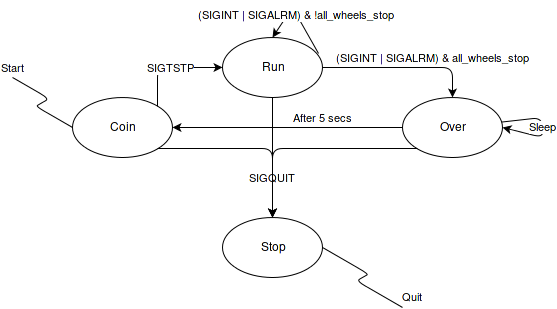
The draw.io diagram report/img/machinestate.png in claudiosousa/jackpot, before a commit. Source tidied: cells renumbered, new cells last; positions are measured from the earlier drawing's top-left corner, leaving out a move shared by most shapes.
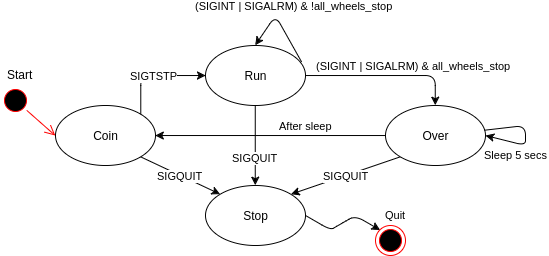
The same diagram one commit later.

What changed in the source:
```diff
@@ -5,12 +5,6 @@
     <mxCell id="2" value="Coin" style="ellipse;whiteSpace=wrap;html=1;" parent="1" vertex="1">
       <mxGeometry x="60" y="90" width="100" height="60" as="geometry" />
     </mxCell>
-    <mxCell id="3" value="Start" style="edgeStyle=isometricEdgeStyle;endArrow=none;html=1;entryX=0;entryY=0.5;elbow=vertical;" parent="1" edge="1" target="2">
-      <mxGeometry y="-46" relative="1" as="geometry">
-        <mxPoint y="70" as="sourcePoint" />
-        <mxPoint x="-7" y="5" as="offset" />
-      </mxGeometry>
-    </mxCell>
     <mxCell id="4" value="Run" style="ellipse;whiteSpace=wrap;html=1;" parent="1" vertex="1">
       <mxGeometry x="210" y="30" width="100" height="60" as="geometry" />
     </mxCell>
@@ -18,17 +12,11 @@
       <mxGeometry x="390" y="90" width="100" height="60" as="geometry" />
     </mxCell>
     <mxCell id="6" value="Stop" style="ellipse;whiteSpace=wrap;html=1;" parent="1" vertex="1">
-      <mxGeometry x="210" y="210" width="100" height="60" as="geometry" />
+      <mxGeometry x="210" y="170" width="100" height="60" as="geometry" />
     </mxCell>
-    <mxCell id="7" style="endArrow=classic;html=1;entryX=0.5;entryY=0;exitX=1;exitY=1;edgeStyle=orthogonalEdgeStyle;" parent="1" edge="1" source="2" target="6">
-      <mxGeometry relative="1" as="geometry" />
-    </mxCell>
     <mxCell id="8" value="SIGQUIT" style="endArrow=classic;html=1;exitX=0.5;exitY=1;entryX=0.5;entryY=0;" parent="1" edge="1" source="4" target="6">
       <mxGeometry x="0.33" relative="1" as="geometry" />
     </mxCell>
-    <mxCell id="9" style="endArrow=classic;html=1;exitX=0;exitY=1;entryX=0.5;entryY=0;edgeStyle=orthogonalEdgeStyle;" parent="1" edge="1" source="5" target="6">
-      <mxGeometry relative="1" as="geometry" />
-    </mxCell>
     <mxCell id="10" value="SIGTSTP" style="endArrow=classic;html=1;exitX=1;exitY=0;entryX=0;entryY=0.5;edgeStyle=orthogonalEdgeStyle;" parent="1" edge="1" source="2" target="4">
       <mxGeometry relative="1" as="geometry">
         <Array as="points">
@@ -44,23 +32,22 @@
       </mxGeometry>
     </mxCell>
     <mxCell id="12" value="(SIGINT | SIGALRM) &amp;amp; !all_wheels_stop &lt;br&gt;" style="endArrow=classic;html=1;exitX=0.96;exitY=0.267;exitPerimeter=0;elbow=horizontal;entryX=0.5;entryY=0;" parent="1" edge="1" source="4" target="4">
-      <mxGeometry relative="1" as="geometry">
+      <mxGeometry x="0.16" y="-22" relative="1" as="geometry">
         <Array as="points">
           <mxPoint x="280" />
         </Array>
       </mxGeometry>
     </mxCell>
-    <mxCell id="13" value="After 5 secs&lt;br&gt;" style="endArrow=classic;html=1;exitX=0;exitY=0.5;entryX=1;entryY=0.5;" parent="1" edge="1" source="5" target="2">
+    <mxCell id="13" value="After sleep&lt;br&gt;" style="endArrow=classic;html=1;exitX=0;exitY=0.5;entryX=1;entryY=0.5;" parent="1" edge="1" source="5" target="2">
       <mxGeometry x="-0.3" y="-10" relative="1" as="geometry" />
     </mxCell>
-    <mxCell id="14" value="Quit" style="edgeStyle=isometricEdgeStyle;endArrow=none;html=1;elbow=vertical;entryX=1;entryY=0.5;" parent="1" edge="1" target="6">
-      <mxGeometry y="-54" relative="1" as="geometry">
-        <mxPoint x="390" y="300" as="sourcePoint" />
-        <mxPoint x="23" y="-27" as="offset" />
+    <mxCell id="14" value="Quit" style="edgeStyle=isometricEdgeStyle;endArrow=none;html=1;elbow=vertical;entryX=1;entryY=0.5;endFill=0;startArrow=classic;startFill=1;exitX=0;exitY=0;" parent="1" edge="1" source="16" target="6">
+      <mxGeometry x="-0.33" y="40" relative="1" as="geometry">
+        <mxPoint x="20" y="-35" as="offset" />
       </mxGeometry>
     </mxCell>
-    <mxCell id="15" value="Sleep" style="endArrow=classic;html=1;entryX=1;entryY=0.5;" parent="1" edge="1" source="5" target="5">
-      <mxGeometry relative="1" as="geometry">
+    <mxCell id="15" value="Sleep 5 secs" style="endArrow=classic;html=1;entryX=1;entryY=0.5;" parent="1" edge="1" source="5" target="5">
+      <mxGeometry x="0.34" y="12" relative="1" as="geometry">
         <Array as="points">
           <mxPoint x="530" y="120" />
           <mxPoint x="530" y="120" />
@@ -71,5 +58,23 @@
         </Array>
       </mxGeometry>
     </mxCell>
+    <mxCell id="9" value="SIGQUIT" style="endArrow=classic;html=1;exitX=0;exitY=1;entryX=1;entryY=0;" parent="1" edge="1" source="5" target="6">
+      <mxGeometry x="389.8" y="169.7" as="geometry" />
+    </mxCell>
+    <mxCell id="7" value="SIGQUIT" style="endArrow=classic;html=1;exitX=1;exitY=1;entryX=0;entryY=0;" parent="1" edge="1" source="2" target="6">
+      <mxGeometry x="399.8" y="179.7" as="geometry" />
+    </mxCell>
+    <mxCell id="16" style="ellipse;html=1;shape=endState;fillColor=#000000;strokeColor=#ff0000;" parent="1" vertex="1">
+      <mxGeometry x="380" y="210" width="30" height="30" as="geometry" />
+    </mxCell>
+    <mxCell id="17" style="ellipse;html=1;shape=startState;fillColor=#000000;strokeColor=#ff0000;" parent="1" vertex="1">
+      <mxGeometry x="5" y="70" width="30" height="30" as="geometry" />
+    </mxCell>
+    <mxCell id="18" style="html=1;verticalAlign=bottom;endArrow=open;endSize=8;strokeColor=#ff0000;entryX=0;entryY=0.5;" parent="1" edge="1" source="17" target="2">
+      <mxGeometry relative="1" as="geometry" />
+    </mxCell>
+    <mxCell id="3" value="Start" style="text;html=1;align=left;verticalAlign=top;spacingTop=-4;" parent="1" vertex="1">
+      <mxGeometry x="10" y="50" width="40" height="20" as="geometry" />
+    </mxCell>
   </root>
 </mxGraphModel>
```
